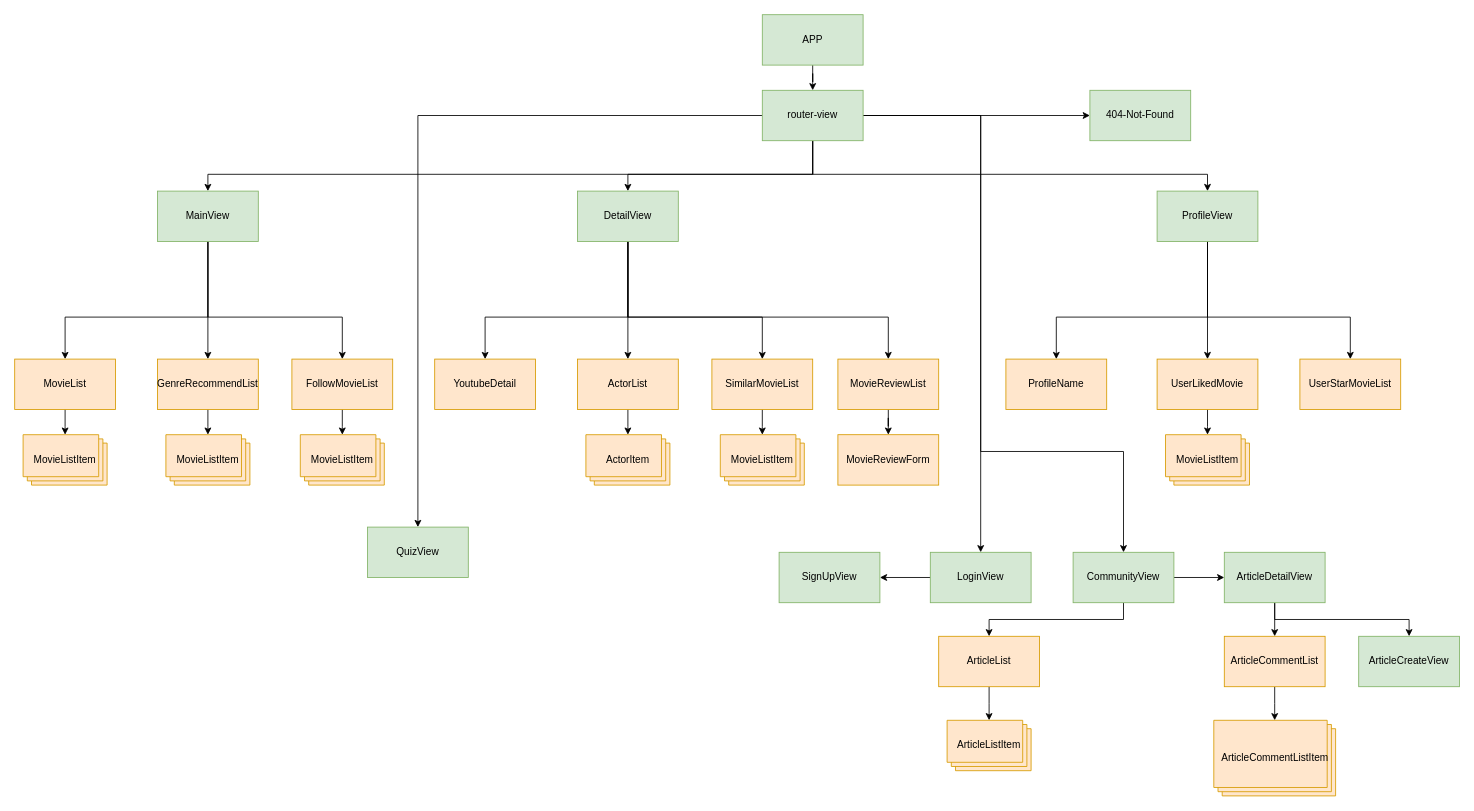
myonjin/online keeps this draw.io diagram as MOVIE_COMPONENTs.drawio. Above is the earlier version. Source tidied: cells renumbered, new cells numbered last; positions are measured from the earlier drawing's top-left corner, leaving out a move shared by most shapes. Both pictures are drawn from the tidied source at 84%, with x=0, y=0 at pixel (14, 14).
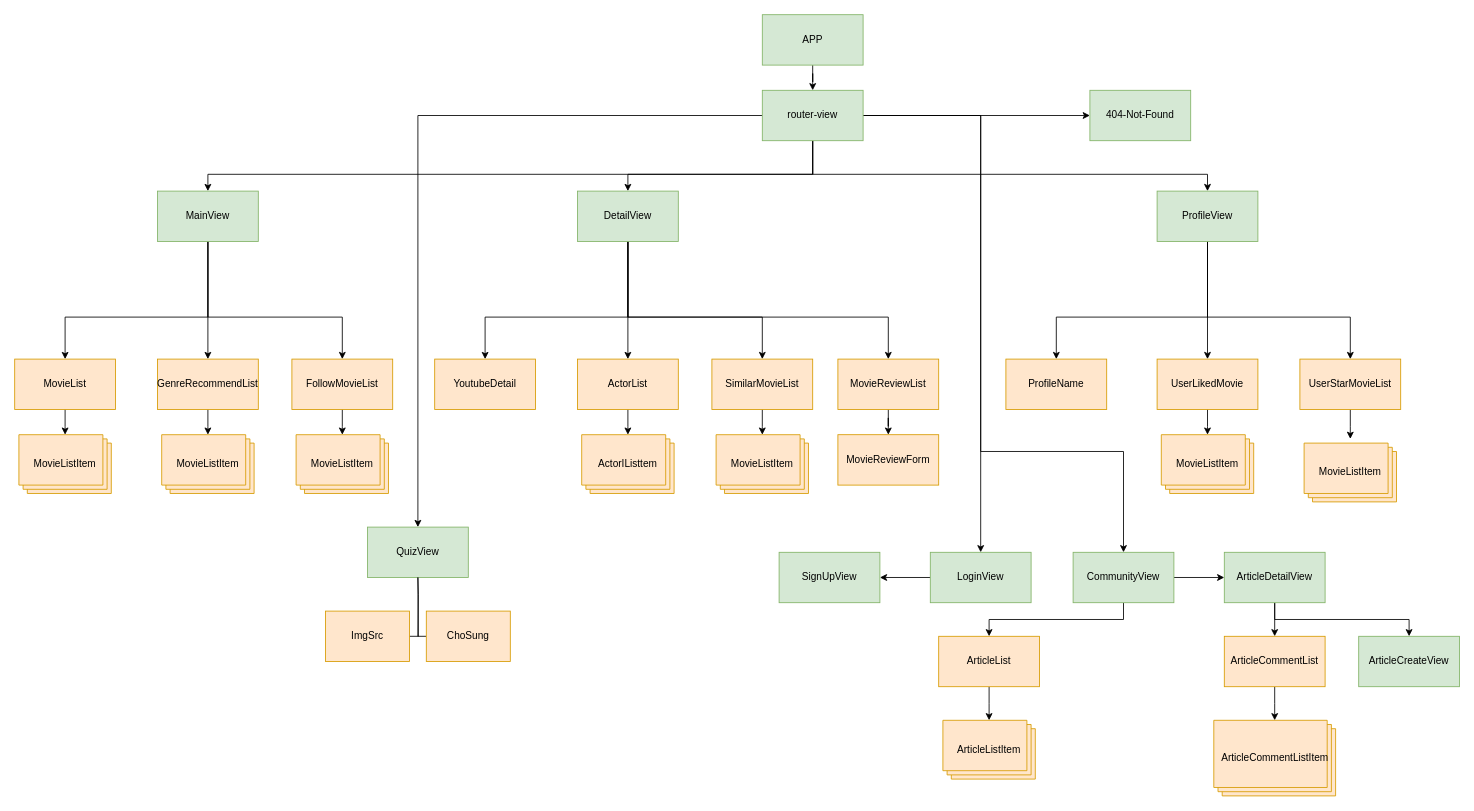
The same page after the edit.

The change refers to these unchanged cells:
```xml
<mxCell id="42" value="UserStarMovieList" style="whiteSpace=wrap;html=1;align=center;newEdgeStyle={&quot;edgeStyle&quot;:&quot;elbowEdgeStyle&quot;,&quot;startArrow&quot;:&quot;none&quot;,&quot;endArrow&quot;:&quot;none&quot;};fillColor=#ffe6cc;strokeColor=#d79b00;" parent="1" vertex="1">
  <mxGeometry x="1530" y="410" width="120" height="60" as="geometry" />
</mxCell>
```

Diff of the diagram source:
```diff
@@
+    <mxCell id="67" style="edgeStyle=orthogonalEdgeStyle;rounded=0;jettySize=auto;html=1;" parent="1" edge="1" source="42">
+      <mxGeometry relative="1" as="geometry">
+        <mxPoint x="1590" y="505" as="targetPoint" />
+      </mxGeometry>
+    </mxCell>
@@
     <mxCell id="52" value="MovieListItem" style="verticalLabelPosition=middle;verticalAlign=middle;html=1;shape=mxgraph.basic.layered_rect;dx=10;whiteSpace=wrap;fillStyle=auto;labelPosition=center;align=center;fillColor=#ffe6cc;strokeColor=#d79b00;" parent="1" vertex="1">
-      <mxGeometry x="180" y="500" width="100" height="60" as="geometry" />
+      <mxGeometry x="175" y="500" width="110" height="70" as="geometry" />
     </mxCell>
     <mxCell id="53" value="MovieListItem" style="verticalLabelPosition=middle;verticalAlign=middle;html=1;shape=mxgraph.basic.layered_rect;dx=10;whiteSpace=wrap;fillStyle=auto;labelPosition=center;align=center;fillColor=#ffe6cc;strokeColor=#d79b00;" parent="1" vertex="1">
-      <mxGeometry x="10" y="500" width="100" height="60" as="geometry" />
+      <mxGeometry x="5" y="500" width="110" height="70" as="geometry" />
     </mxCell>
     <mxCell id="54" value="MovieListItem" style="verticalLabelPosition=middle;verticalAlign=middle;html=1;shape=mxgraph.basic.layered_rect;dx=10;whiteSpace=wrap;fillStyle=auto;labelPosition=center;align=center;fillColor=#ffe6cc;strokeColor=#d79b00;" parent="1" vertex="1">
-      <mxGeometry x="340" y="500" width="100" height="60" as="geometry" />
+      <mxGeometry x="335" y="500" width="110" height="70" as="geometry" />
     </mxCell>
-    <mxCell id="55" value="ActorItem" style="verticalLabelPosition=middle;verticalAlign=middle;html=1;shape=mxgraph.basic.layered_rect;dx=10;whiteSpace=wrap;fillStyle=auto;labelPosition=center;align=center;fillColor=#ffe6cc;strokeColor=#d79b00;" parent="1" vertex="1">
-      <mxGeometry x="680" y="500" width="100" height="60" as="geometry" />
+    <mxCell id="55" value="ActorIListtem" style="verticalLabelPosition=middle;verticalAlign=middle;html=1;shape=mxgraph.basic.layered_rect;dx=10;whiteSpace=wrap;fillStyle=auto;labelPosition=center;align=center;fillColor=#ffe6cc;strokeColor=#d79b00;" parent="1" vertex="1">
+      <mxGeometry x="675" y="500" width="110" height="70" as="geometry" />
     </mxCell>
     <mxCell id="56" value="MovieListItem" style="verticalLabelPosition=middle;verticalAlign=middle;html=1;shape=mxgraph.basic.layered_rect;dx=10;whiteSpace=wrap;fillStyle=auto;labelPosition=center;align=center;fillColor=#ffe6cc;strokeColor=#d79b00;" parent="1" vertex="1">
-      <mxGeometry x="840" y="500" width="100" height="60" as="geometry" />
+      <mxGeometry x="835" y="500" width="110" height="70" as="geometry" />
     </mxCell>
     <mxCell id="57" value="MovieListItem" style="verticalLabelPosition=middle;verticalAlign=middle;html=1;shape=mxgraph.basic.layered_rect;dx=10;whiteSpace=wrap;fillStyle=auto;labelPosition=center;align=center;fillColor=#ffe6cc;strokeColor=#d79b00;" parent="1" vertex="1">
-      <mxGeometry x="1370" y="500" width="100" height="60" as="geometry" />
+      <mxGeometry x="1365" y="500" width="110" height="70" as="geometry" />
     </mxCell>
     <mxCell id="58" value="ArticleListItem" style="verticalLabelPosition=middle;verticalAlign=middle;html=1;shape=mxgraph.basic.layered_rect;dx=10;whiteSpace=wrap;fillStyle=auto;labelPosition=center;align=center;fillColor=#ffe6cc;strokeColor=#d79b00;" parent="1" vertex="1">
-      <mxGeometry x="1110" y="840" width="100" height="60" as="geometry" />
+      <mxGeometry x="1105" y="840" width="110" height="70" as="geometry" />
     </mxCell>
@@
+    <mxCell id="68" style="edgeStyle=orthogonalEdgeStyle;startArrow=none;endArrow=none;rounded=0;targetPortConstraint=eastwest;sourcePortConstraint=northsouth;" parent="1" edge="1" target="70">
+      <mxGeometry relative="1" as="geometry">
+        <mxPoint x="480" y="670" as="sourcePoint" />
+      </mxGeometry>
+    </mxCell>
+    <mxCell id="69" style="edgeStyle=orthogonalEdgeStyle;startArrow=none;endArrow=none;rounded=0;targetPortConstraint=eastwest;sourcePortConstraint=northsouth;" parent="1" edge="1" target="71">
+      <mxGeometry relative="1" as="geometry">
+        <mxPoint x="480" y="670" as="sourcePoint" />
+      </mxGeometry>
+    </mxCell>
+    <mxCell id="70" value="ImgSrc" style="whiteSpace=wrap;html=1;align=center;verticalAlign=middle;fillStyle=auto;fillColor=#ffe6cc;strokeColor=#d79b00;" parent="1" vertex="1">
+      <mxGeometry x="370" y="710" width="100" height="60" as="geometry" />
+    </mxCell>
+    <mxCell id="71" value="ChoSung" style="whiteSpace=wrap;html=1;align=center;verticalAlign=middle;fillStyle=auto;fillColor=#ffe6cc;strokeColor=#d79b00;" parent="1" vertex="1">
+      <mxGeometry x="490" y="710" width="100" height="60" as="geometry" />
+    </mxCell>
+    <mxCell id="72" value="MovieListItem" style="verticalLabelPosition=middle;verticalAlign=middle;html=1;shape=mxgraph.basic.layered_rect;dx=10;whiteSpace=wrap;fillStyle=auto;labelPosition=center;align=center;fillColor=#ffe6cc;strokeColor=#d79b00;" parent="1" vertex="1">
+      <mxGeometry x="1535" y="510" width="110" height="70" as="geometry" />
+    </mxCell>
```
